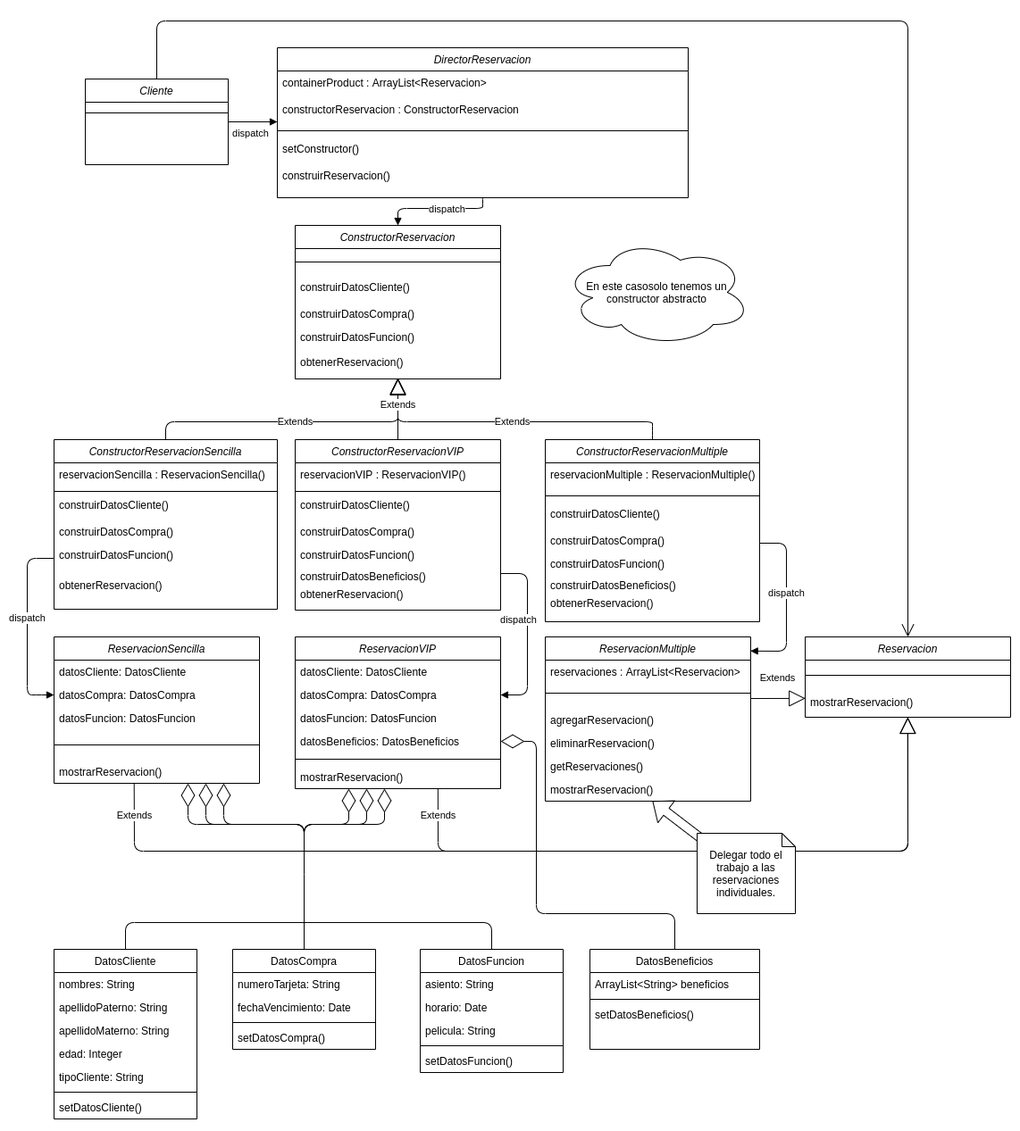
Earlier version of the draw.io export diagramas/BUILDER_COMPOSITE/diagrama de clase.png (Josemarialanda/PDAS-proyecto-final). Source tidied: cells renumbered, new cells last; positions are measured from the earlier drawing's top-left corner, leaving out a move shared by most shapes.
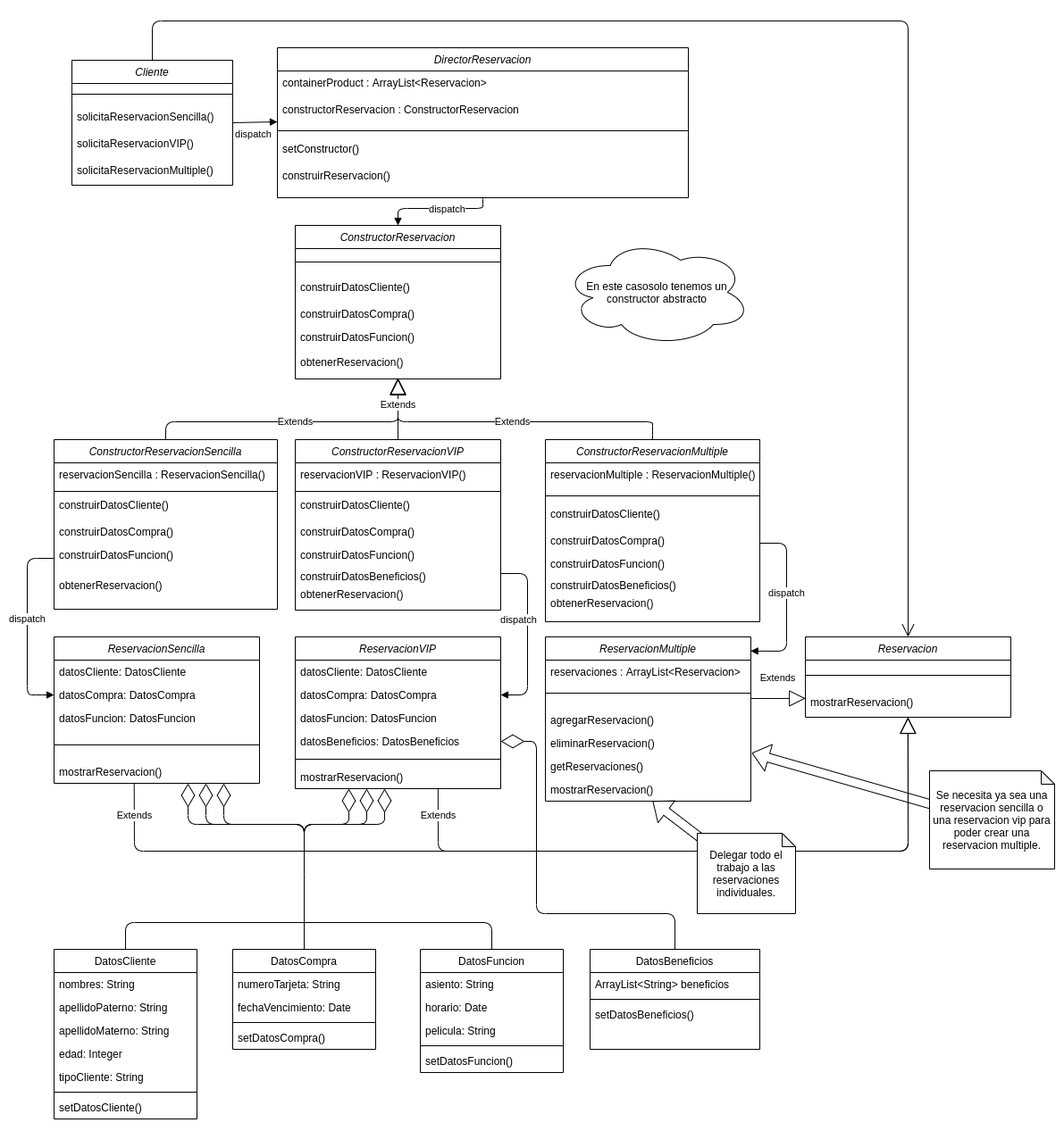
The same diagram one commit later.

Commit message:
added diagramas de secuencia patron 3

Change to the diagram source:
```diff
@@ -3,11 +3,20 @@
     <mxCell id="0" />
     <mxCell id="1" parent="0" />
     <mxCell id="2" value="Cliente" style="swimlane;fontStyle=2;align=center;verticalAlign=top;horizontal=1;startSize=26;rounded=0;shadow=0;strokeWidth=1;" parent="1" vertex="1">
-      <mxGeometry x="65" y="65" width="160" height="96" as="geometry" />
+      <mxGeometry x="50" y="44" width="180" height="140" as="geometry" />
     </mxCell>
     <mxCell id="3" style="line;html=1;strokeWidth=1;align=left;verticalAlign=middle;spacingTop=-1;spacingLeft=3;spacingRight=3;labelPosition=right;" parent="2" vertex="1">
-      <mxGeometry y="26" width="160" height="24" as="geometry" />
+      <mxGeometry y="26" width="180" height="24" as="geometry" />
     </mxCell>
+    <mxCell id="109" value="solicitaReservacionSencilla()" style="text;align=left;verticalAlign=top;spacingLeft=4;spacingRight=4;overflow=hidden;rounded=0;shadow=0;html=0;" parent="2" vertex="1">
+      <mxGeometry y="50" width="180" height="30" as="geometry" />
+    </mxCell>
+    <mxCell id="110" value="solicitaReservacionVIP()" style="text;align=left;verticalAlign=top;spacingLeft=4;spacingRight=4;overflow=hidden;rounded=0;shadow=0;html=0;" parent="2" vertex="1">
+      <mxGeometry y="80" width="180" height="30" as="geometry" />
+    </mxCell>
+    <mxCell id="111" value="solicitaReservacionMultiple()" style="text;align=left;verticalAlign=top;spacingLeft=4;spacingRight=4;overflow=hidden;rounded=0;shadow=0;html=0;" parent="2" vertex="1">
+      <mxGeometry y="110" width="180" height="30" as="geometry" />
+    </mxCell>
     <mxCell id="4" value="DirectorReservacion" style="swimlane;fontStyle=2;align=center;verticalAlign=top;horizontal=1;startSize=26;rounded=0;shadow=0;strokeWidth=1;" parent="1" vertex="1">
       <mxGeometry x="280" y="30" width="460" height="168" as="geometry" />
     </mxCell>
@@ -394,7 +403,7 @@
     <mxCell id="102" style="endArrow=open;endFill=1;endSize=12;html=1;exitX=0.5;exitY=0;exitDx=0;exitDy=0;entryX=0.5;entryY=0;entryDx=0;entryDy=0;" parent="1" edge="1" source="2" target="62">
       <mxGeometry relative="1" as="geometry">
         <Array as="points">
-          <mxPoint x="145" />
+          <mxPoint x="140" />
           <mxPoint x="986" />
         </Array>
       </mxGeometry>
@@ -442,5 +451,14 @@
         </Array>
       </mxGeometry>
     </mxCell>
+    <mxCell id="112" style="shape=flexArrow;endArrow=classic;html=1;" parent="1" edge="1">
+      <mxGeometry relative="1" as="geometry">
+        <mxPoint x="1020" y="880" as="sourcePoint" />
+        <mxPoint x="811" y="820" as="targetPoint" />
+      </mxGeometry>
+    </mxCell>
+    <mxCell id="113" value="Se necesita ya sea una reservacion sencilla o una reservacion vip para poder crear una reservacion multiple." style="shape=note;whiteSpace=wrap;html=1;backgroundOutline=1;darkOpacity=0.05;size=15;" parent="1" vertex="1">
+      <mxGeometry x="1010" y="840" width="140" height="110" as="geometry" />
+    </mxCell>
   </root>
 </mxGraphModel>
```
